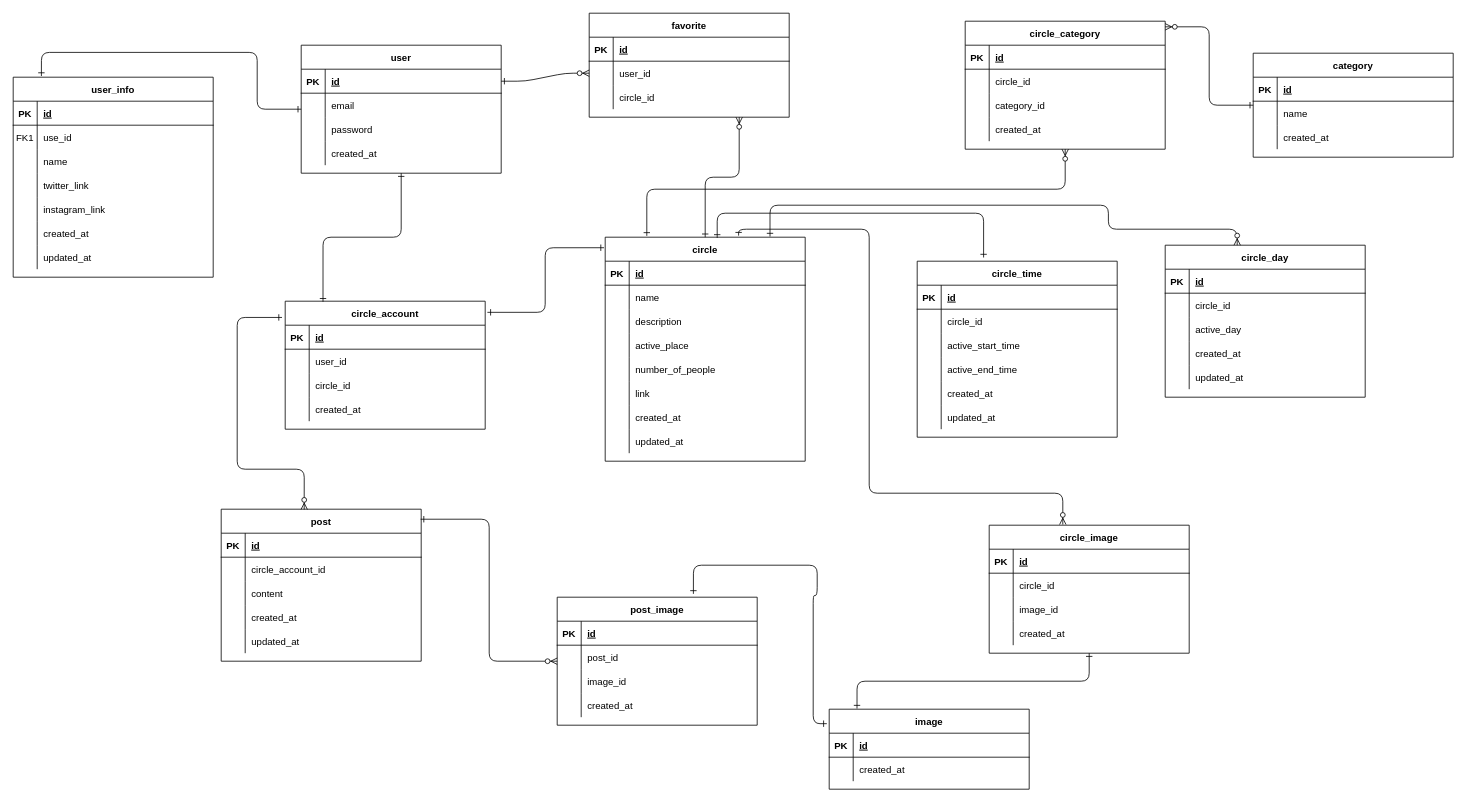
Above: kurakan.drawio in mokupuro/drow.io (draw.io), before the change. Source tidied: cells renumbered, new cells numbered last; positions are measured from the earlier drawing's top-left corner, leaving out a move shared by most shapes. Both pictures are drawn from the tidied source at 80%, with x=0, y=0 at pixel (13, 13).
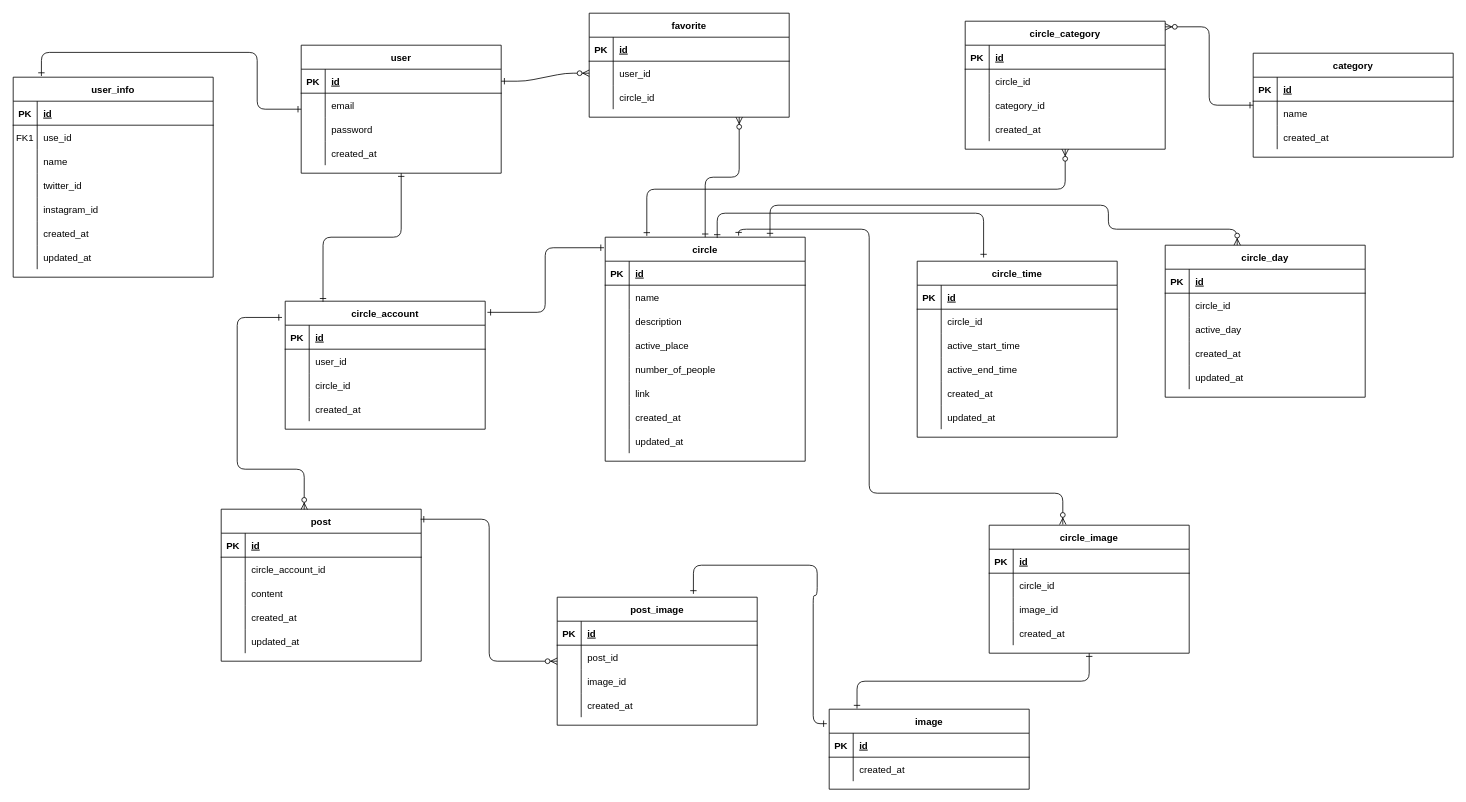
After the change.

Commit message:
modify: change id to link in user info table

The change refers to these unchanged cells:
```xml
<mxCell id="36" style="shape=partialRectangle;fillColor=none;top=0;left=0;right=0;bottom=0;" parent="26" vertex="1">
  <mxGeometry y="120" width="250" height="30" as="geometry" />
</mxCell>
<mxCell id="39" style="shape=partialRectangle;fillColor=none;top=0;left=0;right=0;bottom=0;" parent="26" vertex="1">
  <mxGeometry y="150" width="250" height="30" as="geometry" />
</mxCell>
```

The edit, as a diff of the source:
```diff
@@
-    <mxCell id="38" value="twitter_link" style="shape=partialRectangle;overflow=hidden;fillColor=none;top=0;left=0;bottom=0;right=0;align=left;spacingLeft=6;" parent="36" vertex="1">
+    <mxCell id="38" value="twitter_id" style="shape=partialRectangle;overflow=hidden;fillColor=none;top=0;left=0;bottom=0;right=0;align=left;spacingLeft=6;" parent="36" vertex="1">
       <mxGeometry x="30" width="220" height="30" as="geometry" />
     </mxCell>
@@
-    <mxCell id="41" value="instagram_link" style="shape=partialRectangle;overflow=hidden;fillColor=none;top=0;left=0;bottom=0;right=0;align=left;spacingLeft=6;" parent="39" vertex="1">
+    <mxCell id="41" value="instagram_id" style="shape=partialRectangle;overflow=hidden;fillColor=none;top=0;left=0;bottom=0;right=0;align=left;spacingLeft=6;" parent="39" vertex="1">
       <mxGeometry x="30" width="220" height="30" as="geometry" />
     </mxCell>
```
